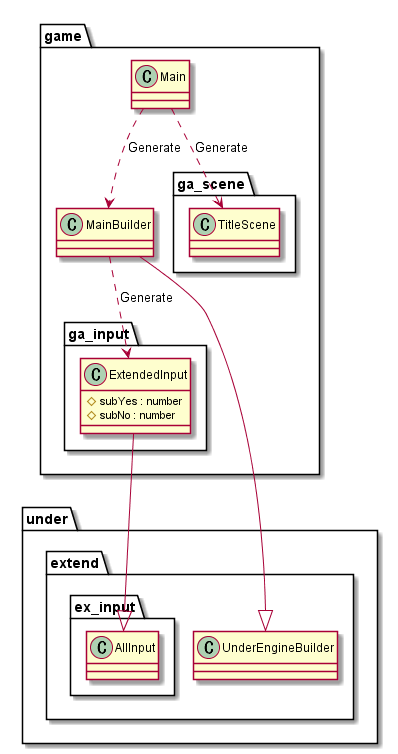
Before: out/uml/gamebase/Game/GameBaseGame.png, a diagram exported from PlantUML (Expine/Under).
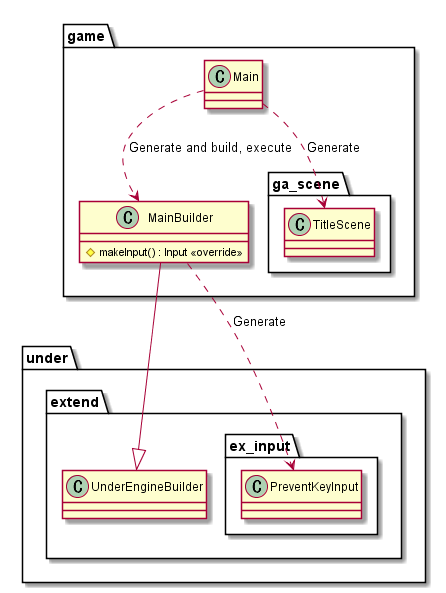
After the change.

Change to the diagram source:
```diff
@@ -2,12 +2,8 @@
 
 package game {
     class Main
-    class MainBuilder
-    package ga_input {
-        class ExtendedInput {
-            #subYes : number
-            #subNo : number
-        }
+    class MainBuilder {
+        #makeInput() : Input <<override>>
     }
 }
 
@@ -15,7 +11,7 @@
     package extend {
         class UnderEngineBuilder
         package ex_input {
-            class AllInput
+            class PreventKeyInput
         }
     }
 }
@@ -27,11 +23,10 @@
 }
 
 
-Main ..> MainBuilder : Generate
+Main ..> MainBuilder : Generate and build, execute
 Main ..> TitleScene : Generate
-MainBuilder ..> ExtendedInput : Generate
+MainBuilder ..> PreventKeyInput : Generate
 
 MainBuilder --|> UnderEngineBuilder
-ExtendedInput --|> AllInput
 
 @enduml
```
